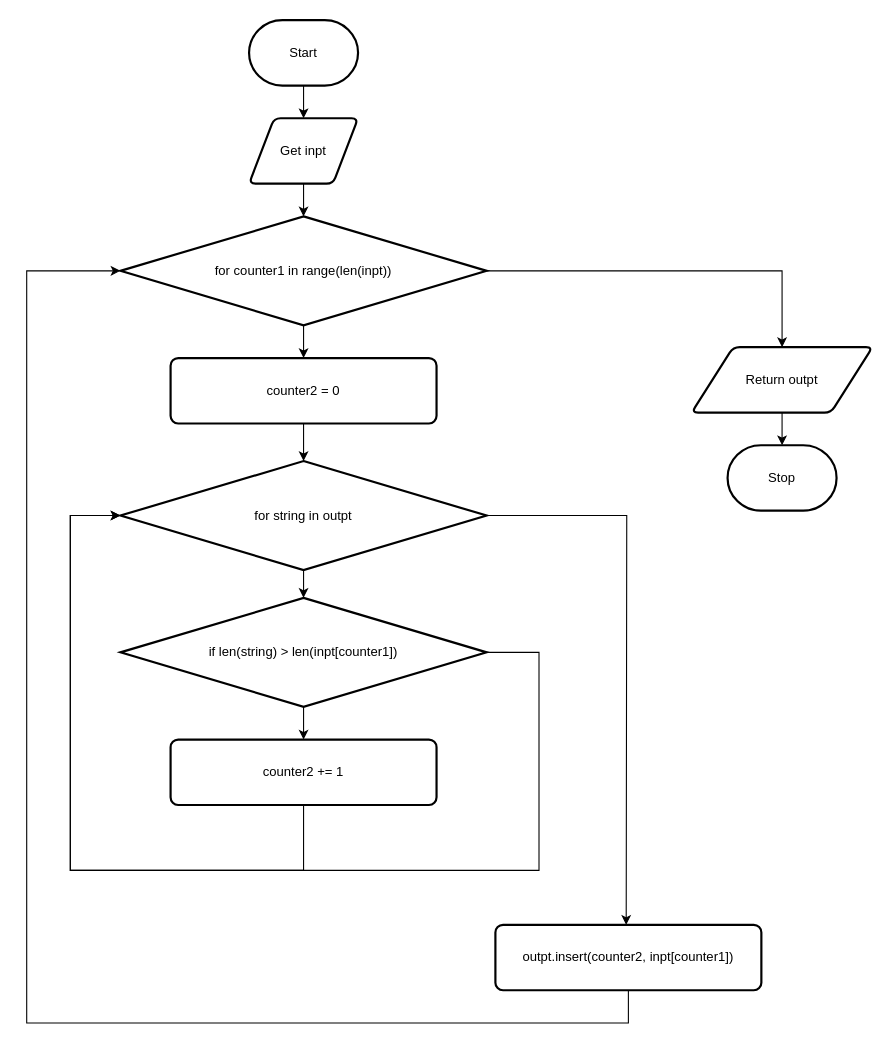
Before: page "Flowchart" (1 of 2) of design.drawio in Samuel-Webster-178/ICS3U-Assignment-07-Python, a draw.io diagram. Source tidied: cells renumbered, new cells numbered last; positions are measured from the earlier drawing's top-left corner, leaving out a move shared by most shapes. Both pictures are drawn from the tidied source at 109%, with x=0, y=0 at pixel (26, 20).
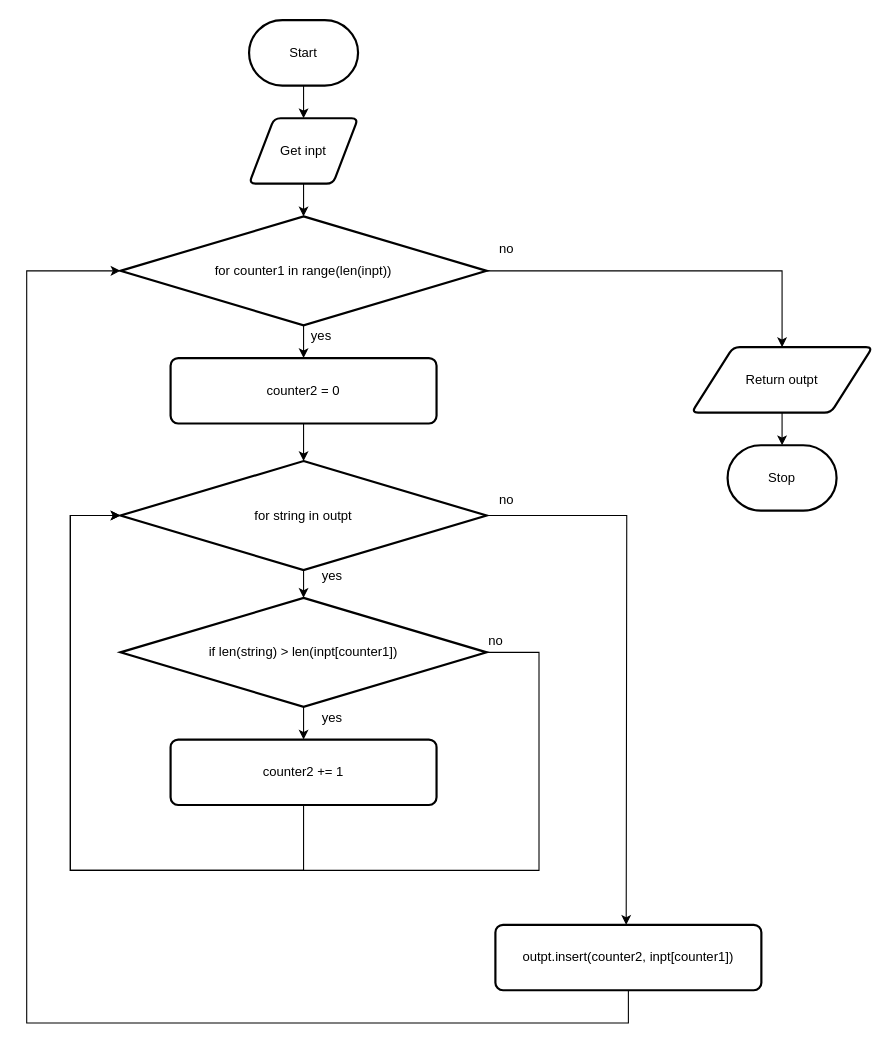
The same page after the edit.

What changed in the source:
```diff
@@
+    <mxCell id="24" value="yes" style="text;html=1;align=center;verticalAlign=middle;strokeColor=none;fillColor=none;" parent="1" vertex="1">
+      <mxGeometry x="265" y="630" width="30" height="20" as="geometry" />
+    </mxCell>
+    <mxCell id="25" value="no" style="text;html=1;align=center;verticalAlign=middle;strokeColor=none;fillColor=none;" parent="1" vertex="1">
+      <mxGeometry x="415" y="560" width="30" height="20" as="geometry" />
+    </mxCell>
+    <mxCell id="26" value="yes" style="text;html=1;align=center;verticalAlign=middle;strokeColor=none;fillColor=none;" parent="1" vertex="1">
+      <mxGeometry x="265" y="500" width="30" height="20" as="geometry" />
+    </mxCell>
+    <mxCell id="27" value="no" style="text;html=1;align=center;verticalAlign=middle;strokeColor=none;fillColor=none;" parent="1" vertex="1">
+      <mxGeometry x="425" y="430" width="30" height="20" as="geometry" />
+    </mxCell>
+    <mxCell id="28" value="yes" style="text;html=1;align=center;verticalAlign=middle;strokeColor=none;fillColor=none;" parent="1" vertex="1">
+      <mxGeometry x="255" y="280" width="30" height="20" as="geometry" />
+    </mxCell>
+    <mxCell id="29" value="no" style="text;html=1;align=center;verticalAlign=middle;strokeColor=none;fillColor=none;" parent="1" vertex="1">
+      <mxGeometry x="425" y="200" width="30" height="20" as="geometry" />
+    </mxCell>
```
